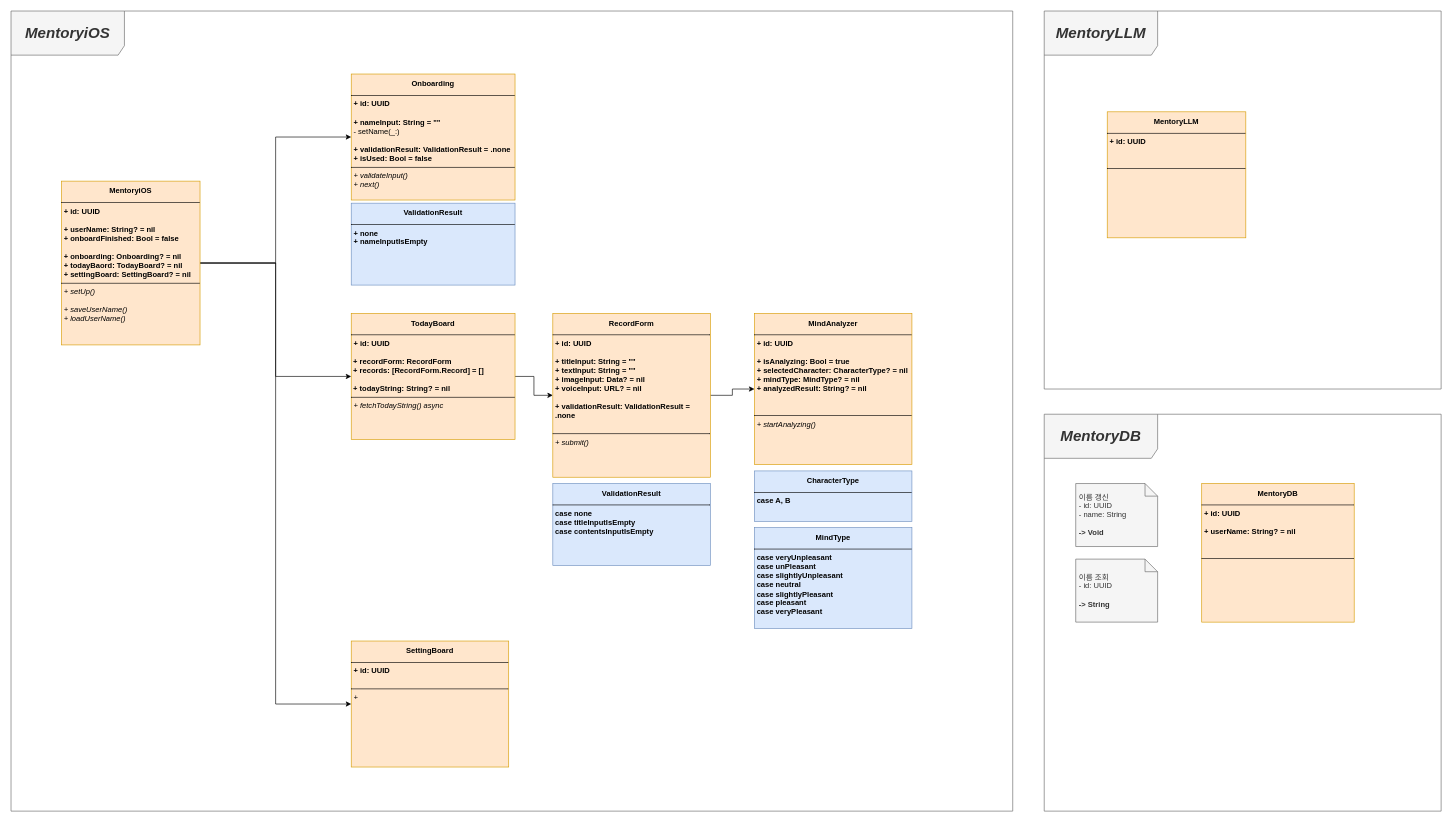
The draw.io diagram mentory.drawio in mandooplz/mentory, before the edit. Source tidied: cells renumbered, new cells numbered last; positions are measured from the earlier drawing's top-left corner, leaving out a move shared by most shapes. Both pictures are drawn from the tidied source at 63%, with x=0, y=0 at pixel (11, 11).
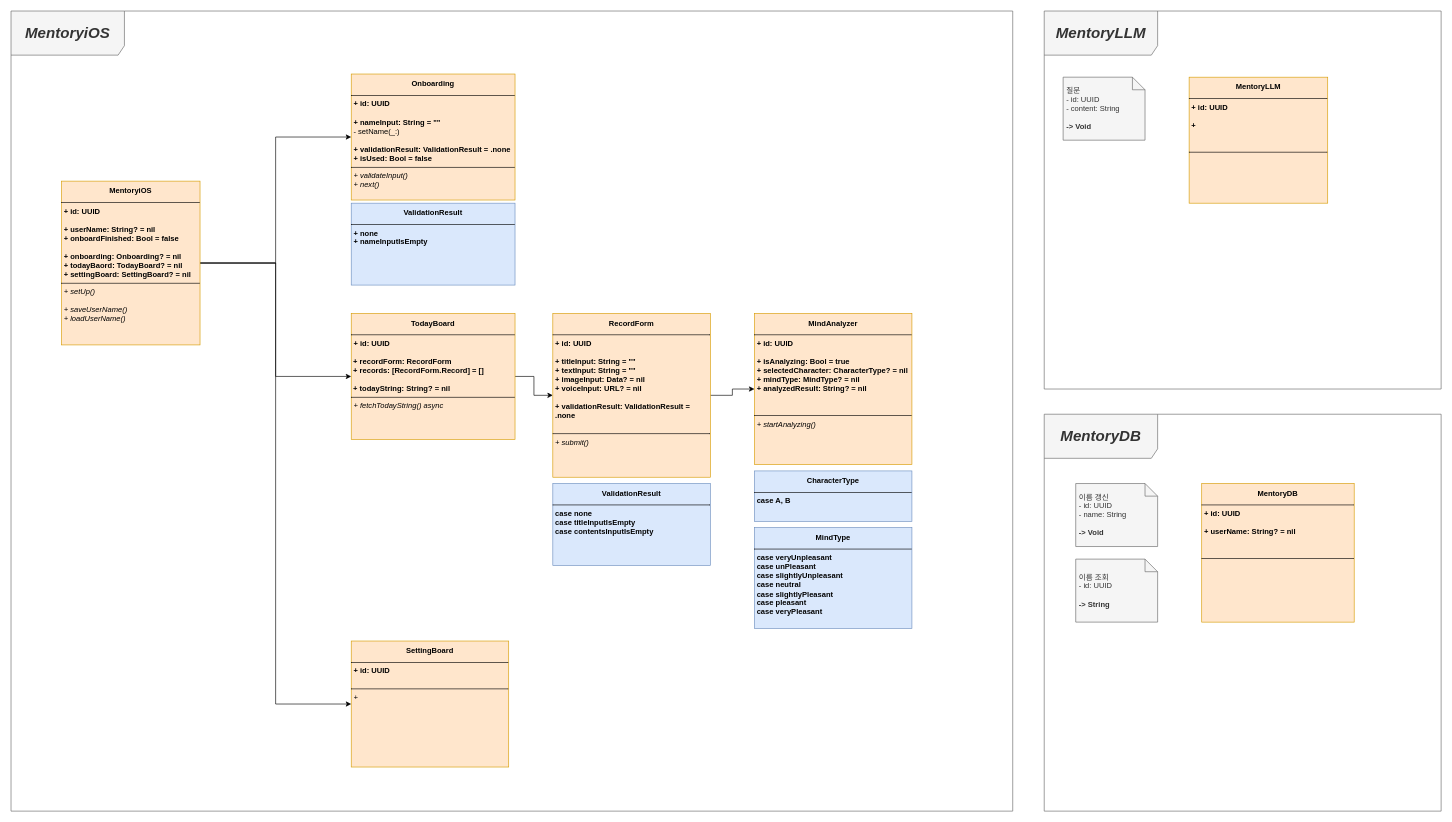
The same page after the edit.

Commit message (it also covers changes not shown here):
[CHORE] 다이어그램 수정 & swift-collections 패키지 추가(Deque)

Diff of the diagram source:
```diff
@@
-    <mxCell id="10" value="&lt;p style=&quot;margin: 4px 0px 0px; text-align: center; line-height: 200%;&quot;&gt;&lt;b&gt;MentoryLLM&lt;/b&gt;&lt;/p&gt;&lt;hr size=&quot;1&quot; style=&quot;border-style:solid;&quot;&gt;&lt;p style=&quot;margin:0px;margin-left:4px;&quot;&gt;&lt;b&gt;+ id: UUID&lt;/b&gt;&lt;/p&gt;&lt;p style=&quot;margin:0px;margin-left:4px;&quot;&gt;&lt;b&gt;&lt;br&gt;&lt;/b&gt;&lt;/p&gt;&lt;p style=&quot;margin:0px;margin-left:4px;&quot;&gt;&lt;b&gt;&lt;br&gt;&lt;/b&gt;&lt;/p&gt;&lt;hr size=&quot;1&quot; style=&quot;border-style:solid;&quot;&gt;&lt;p style=&quot;margin:0px;margin-left:4px;&quot;&gt;&lt;br&gt;&lt;/p&gt;" style="verticalAlign=top;align=left;overflow=fill;html=1;whiteSpace=wrap;fillColor=#ffe6cc;strokeColor=#d79b00;" parent="1" vertex="1">
-      <mxGeometry x="1740" y="160" width="220" height="200" as="geometry" />
+    <mxCell id="10" value="&lt;p style=&quot;margin: 4px 0px 0px; text-align: center; line-height: 200%;&quot;&gt;&lt;b&gt;MentoryLLM&lt;/b&gt;&lt;/p&gt;&lt;hr size=&quot;1&quot; style=&quot;border-style:solid;&quot;&gt;&lt;p style=&quot;margin:0px;margin-left:4px;&quot;&gt;&lt;b&gt;+ id: UUID&lt;/b&gt;&lt;/p&gt;&lt;p style=&quot;margin:0px;margin-left:4px;&quot;&gt;&lt;b&gt;&lt;br&gt;&lt;/b&gt;&lt;/p&gt;&lt;p style=&quot;margin:0px;margin-left:4px;&quot;&gt;&lt;b&gt;+&amp;nbsp;&lt;/b&gt;&lt;/p&gt;&lt;p style=&quot;margin:0px;margin-left:4px;&quot;&gt;&lt;b&gt;&lt;br&gt;&lt;/b&gt;&lt;/p&gt;&lt;p style=&quot;margin:0px;margin-left:4px;&quot;&gt;&lt;b&gt;&lt;br&gt;&lt;/b&gt;&lt;/p&gt;&lt;hr size=&quot;1&quot; style=&quot;border-style:solid;&quot;&gt;&lt;p style=&quot;margin:0px;margin-left:4px;&quot;&gt;&lt;br&gt;&lt;/p&gt;" style="verticalAlign=top;align=left;overflow=fill;html=1;whiteSpace=wrap;fillColor=#ffe6cc;strokeColor=#d79b00;" parent="1" vertex="1">
+      <mxGeometry x="1870" y="105" width="220" height="200" as="geometry" />
     </mxCell>
@@
+    <mxCell id="24" value="&amp;nbsp;질문&lt;div&gt;&amp;nbsp;- id: UUID&lt;br&gt;&lt;div&gt;&lt;div&gt;&amp;nbsp;- content: String&lt;br&gt;&lt;div&gt;&lt;div&gt;&lt;br&gt;&lt;/div&gt;&lt;/div&gt;&lt;/div&gt;&lt;/div&gt;&lt;/div&gt;&lt;div&gt;&lt;b&gt;&amp;nbsp;-&amp;gt; Void&amp;nbsp;&lt;/b&gt;&lt;/div&gt;" style="shape=note;size=20;whiteSpace=wrap;html=1;align=left;fillColor=#f5f5f5;strokeColor=#666666;fontColor=#333333;" parent="1" vertex="1">
+      <mxGeometry x="1670" y="105" width="130" height="100" as="geometry" />
+    </mxCell>
```
